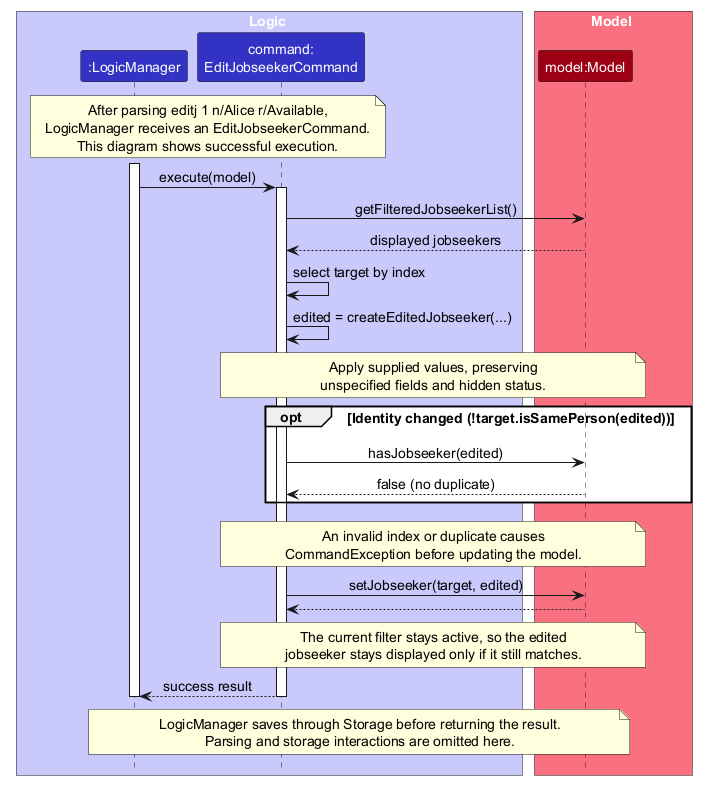
Before: docs/images/EditJobseekerSequenceDiagram.png, a diagram exported from PlantUML (AY2627S1-CS2103T-F10-4/tp).
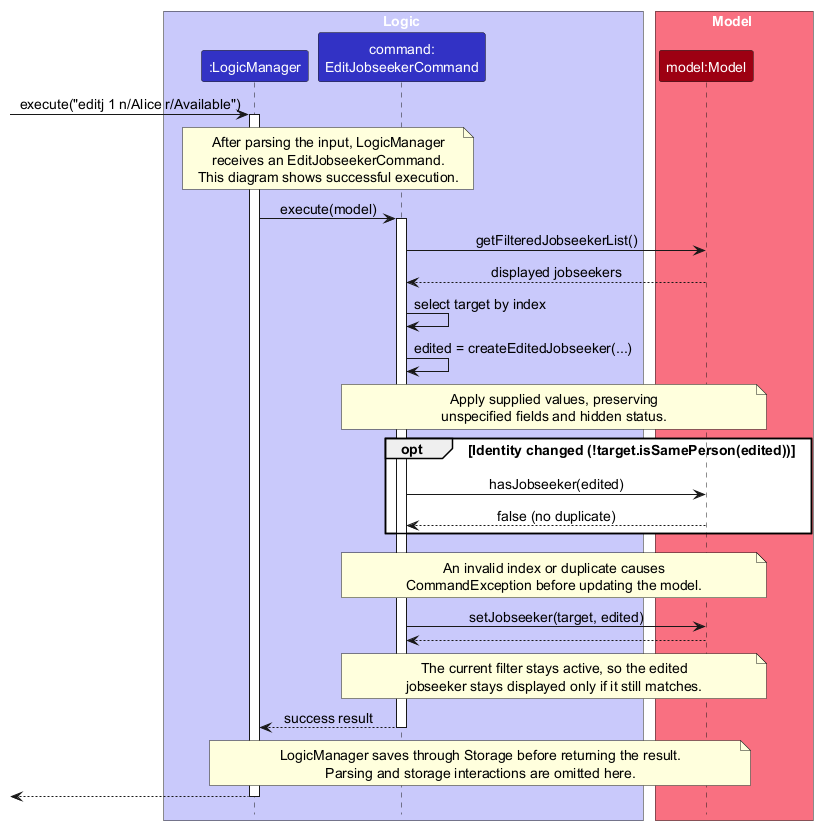
The same file after the commit.

Change to the diagram source:
```diff
@@ -11,12 +11,13 @@
 participant "model:Model" as Model MODEL_COLOR
 end box
 
+[-> Logic : execute("editj 1 n/Alice r/Available")
+activate Logic
 note over Logic, Command
-  After parsing editj 1 n/Alice r/Available,
-  LogicManager receives an EditJobseekerCommand.
+  After parsing the input, LogicManager
+  receives an EditJobseekerCommand.
   This diagram shows successful execution.
 end note
-activate Logic
 Logic -> Command : execute(model)
 activate Command
 Command -> Model : getFilteredJobseekerList()
@@ -47,5 +48,6 @@
   LogicManager saves through Storage before returning the result.
   Parsing and storage interactions are omitted here.
 end note
+[<-- Logic
 deactivate Logic
 @enduml
```
